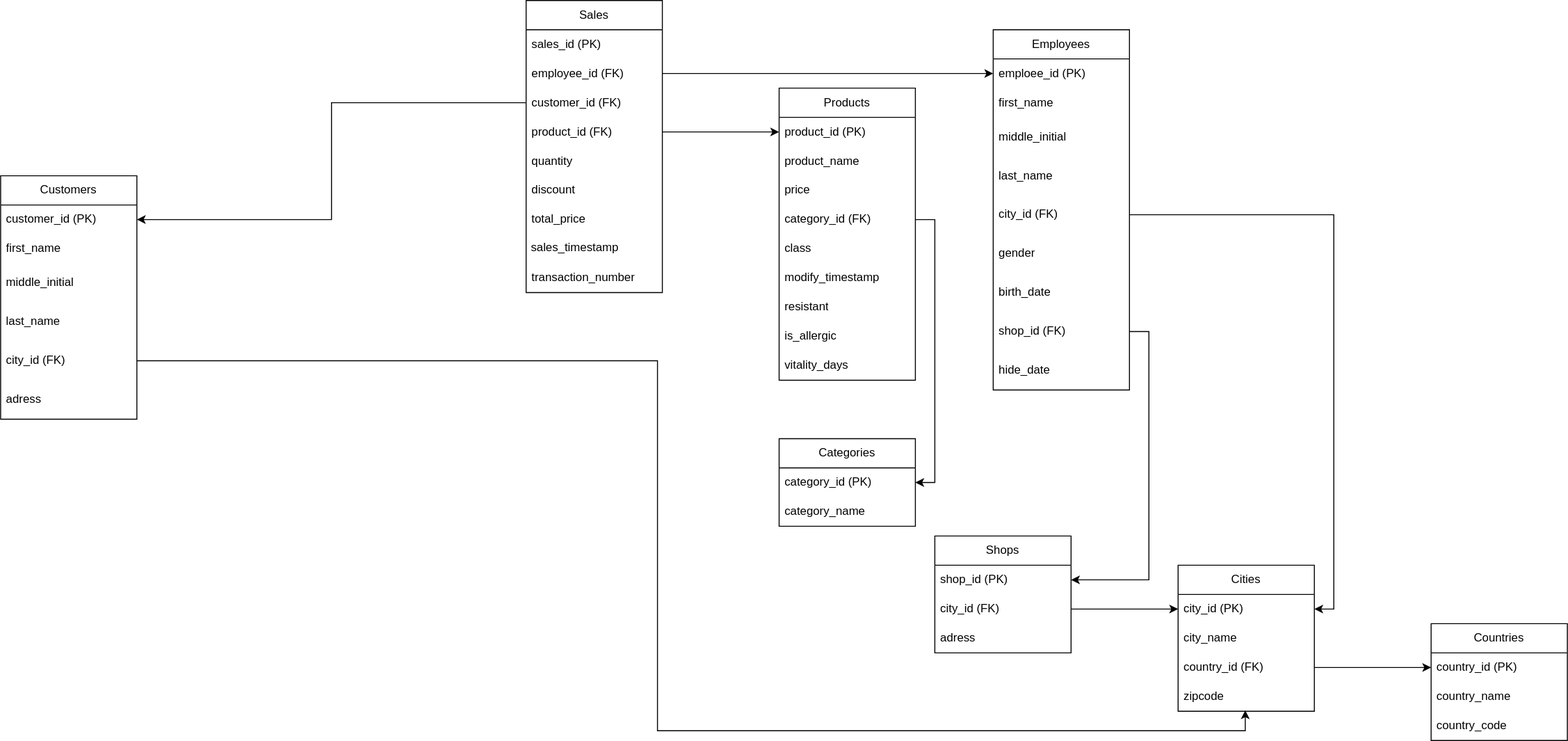
MaximKhurs/innowise-de-lab-june-2026_-Maksim_Khurs keeps this draw.io diagram as module_02_from_event_to_data/lecture_02_databases/homework/ER logic.drawio.svg. Above is the earlier version. Source tidied: cells renumbered, new cells last; positions are measured from the earlier drawing's top-left corner, leaving out a move shared by most shapes.
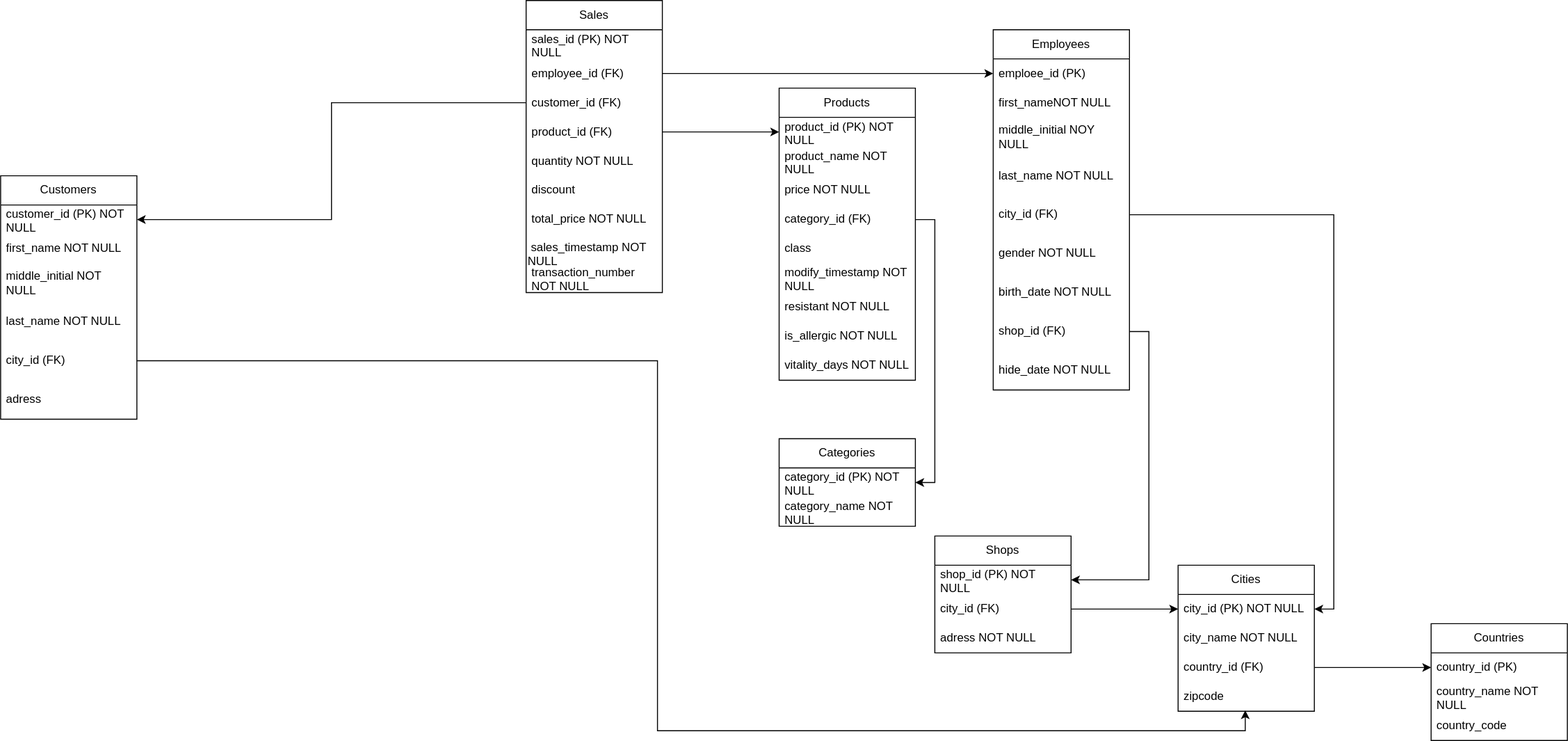
Above is the later version.

Change to the diagram source:
```diff
@@ -7,3 +7,3 @@
     </mxCell>
-    <mxCell id="3" value="shop_id (PK)" style="text;strokeColor=none;fillColor=none;align=left;verticalAlign=middle;spacingLeft=4;spacingRight=4;overflow=hidden;points=[[0,0.5],[1,0.5]];portConstraint=eastwest;whiteSpace=wrap;html=1;" parent="2" vertex="1">
+    <mxCell id="3" value="shop_id (PK) NOT NULL" style="text;strokeColor=none;fillColor=none;align=left;verticalAlign=middle;spacingLeft=4;spacingRight=4;overflow=hidden;points=[[0,0.5],[1,0.5]];portConstraint=eastwest;whiteSpace=wrap;html=1;" parent="2" vertex="1">
       <mxGeometry y="30" width="140" height="30" as="geometry" />
@@ -13,3 +13,3 @@
     </mxCell>
-    <mxCell id="5" value="adress" style="text;strokeColor=none;fillColor=none;align=left;verticalAlign=middle;spacingLeft=4;spacingRight=4;overflow=hidden;whiteSpace=wrap;html=1;" parent="2" vertex="1">
+    <mxCell id="5" value="adress NOT NULL" style="text;strokeColor=none;fillColor=none;align=left;verticalAlign=middle;spacingLeft=4;spacingRight=4;overflow=hidden;whiteSpace=wrap;html=1;" parent="2" vertex="1">
       <mxGeometry y="90" width="140" height="30" as="geometry" />
@@ -19,12 +19,12 @@
     </mxCell>
-    <mxCell id="7" value="customer_id (PK)" style="text;strokeColor=none;fillColor=none;align=left;verticalAlign=middle;spacingLeft=4;spacingRight=4;overflow=hidden;points=[[0,0.5],[1,0.5]];portConstraint=eastwest;whiteSpace=wrap;html=1;" parent="6" vertex="1">
+    <mxCell id="7" value="customer_id (PK) NOT NULL" style="text;strokeColor=none;fillColor=none;align=left;verticalAlign=middle;spacingLeft=4;spacingRight=4;overflow=hidden;points=[[0,0.5],[1,0.5]];portConstraint=eastwest;whiteSpace=wrap;html=1;" parent="6" vertex="1">
       <mxGeometry y="30" width="140" height="30" as="geometry" />
     </mxCell>
-    <mxCell id="8" value="first_name" style="text;strokeColor=none;fillColor=none;align=left;verticalAlign=middle;spacingLeft=4;spacingRight=4;overflow=hidden;whiteSpace=wrap;html=1;" parent="6" vertex="1">
+    <mxCell id="8" value="first_name NOT NULL" style="text;strokeColor=none;fillColor=none;align=left;verticalAlign=middle;spacingLeft=4;spacingRight=4;overflow=hidden;whiteSpace=wrap;html=1;" parent="6" vertex="1">
       <mxGeometry y="60" width="140" height="30" as="geometry" />
     </mxCell>
-    <mxCell id="9" value="middle_initial" style="text;strokeColor=none;fillColor=none;align=left;verticalAlign=middle;spacingLeft=4;spacingRight=4;overflow=hidden;whiteSpace=wrap;html=1;" parent="6" vertex="1">
+    <mxCell id="9" value="middle_initial NOT NULL" style="text;strokeColor=none;fillColor=none;align=left;verticalAlign=middle;spacingLeft=4;spacingRight=4;overflow=hidden;whiteSpace=wrap;html=1;" parent="6" vertex="1">
       <mxGeometry y="90" width="140" height="40" as="geometry" />
     </mxCell>
-    <mxCell id="10" value="last_name" style="text;strokeColor=none;fillColor=none;align=left;verticalAlign=middle;spacingLeft=4;spacingRight=4;overflow=hidden;whiteSpace=wrap;html=1;" parent="6" vertex="1">
+    <mxCell id="10" value="last_name NOT NULL" style="text;strokeColor=none;fillColor=none;align=left;verticalAlign=middle;spacingLeft=4;spacingRight=4;overflow=hidden;whiteSpace=wrap;html=1;" parent="6" vertex="1">
       <mxGeometry y="130" width="140" height="40" as="geometry" />
@@ -40,6 +40,6 @@
     </mxCell>
-    <mxCell id="14" value="city_id (PK)" style="text;strokeColor=none;fillColor=none;align=left;verticalAlign=middle;spacingLeft=4;spacingRight=4;overflow=hidden;points=[[0,0.5],[1,0.5]];portConstraint=eastwest;whiteSpace=wrap;html=1;" parent="13" vertex="1">
+    <mxCell id="14" value="city_id (PK) NOT NULL" style="text;strokeColor=none;fillColor=none;align=left;verticalAlign=middle;spacingLeft=4;spacingRight=4;overflow=hidden;points=[[0,0.5],[1,0.5]];portConstraint=eastwest;whiteSpace=wrap;html=1;" parent="13" vertex="1">
       <mxGeometry y="30" width="140" height="30" as="geometry" />
     </mxCell>
-    <mxCell id="15" value="city_name" style="text;strokeColor=none;fillColor=none;align=left;verticalAlign=middle;spacingLeft=4;spacingRight=4;overflow=hidden;whiteSpace=wrap;html=1;" parent="13" vertex="1">
+    <mxCell id="15" value="city_name NOT NULL" style="text;strokeColor=none;fillColor=none;align=left;verticalAlign=middle;spacingLeft=4;spacingRight=4;overflow=hidden;whiteSpace=wrap;html=1;" parent="13" vertex="1">
       <mxGeometry y="60" width="140" height="30" as="geometry" />
@@ -58,3 +58,3 @@
     </mxCell>
-    <mxCell id="20" value="country_name" style="text;strokeColor=none;fillColor=none;align=left;verticalAlign=middle;spacingLeft=4;spacingRight=4;overflow=hidden;whiteSpace=wrap;html=1;" parent="18" vertex="1">
+    <mxCell id="20" value="country_name NOT NULL" style="text;strokeColor=none;fillColor=none;align=left;verticalAlign=middle;spacingLeft=4;spacingRight=4;overflow=hidden;whiteSpace=wrap;html=1;" parent="18" vertex="1">
       <mxGeometry y="60" width="140" height="30" as="geometry" />
@@ -67,3 +67,3 @@
     </mxCell>
-    <mxCell id="23" value="sales_id (PK)" style="text;strokeColor=none;fillColor=none;align=left;verticalAlign=middle;spacingLeft=4;spacingRight=4;overflow=hidden;whiteSpace=wrap;html=1;" parent="22" vertex="1">
+    <mxCell id="23" value="sales_id (PK) NOT NULL" style="text;strokeColor=none;fillColor=none;align=left;verticalAlign=middle;spacingLeft=4;spacingRight=4;overflow=hidden;whiteSpace=wrap;html=1;" parent="22" vertex="1">
       <mxGeometry y="30" width="140" height="30" as="geometry" />
@@ -79,3 +79,3 @@
     </mxCell>
-    <mxCell id="27" value="quantity" style="text;strokeColor=none;fillColor=none;align=left;verticalAlign=middle;spacingLeft=4;spacingRight=4;overflow=hidden;whiteSpace=wrap;html=1;" parent="22" vertex="1">
+    <mxCell id="27" value="quantity NOT NULL" style="text;strokeColor=none;fillColor=none;align=left;verticalAlign=middle;spacingLeft=4;spacingRight=4;overflow=hidden;whiteSpace=wrap;html=1;" parent="22" vertex="1">
       <mxGeometry y="150" width="140" height="30" as="geometry" />
@@ -85,9 +85,9 @@
     </mxCell>
-    <mxCell id="29" value="total_price" style="text;strokeColor=none;fillColor=none;align=left;verticalAlign=middle;spacingLeft=4;spacingRight=4;overflow=hidden;whiteSpace=wrap;html=1;" parent="22" vertex="1">
+    <mxCell id="29" value="total_price NOT NULL" style="text;strokeColor=none;fillColor=none;align=left;verticalAlign=middle;spacingLeft=4;spacingRight=4;overflow=hidden;whiteSpace=wrap;html=1;" parent="22" vertex="1">
       <mxGeometry y="210" width="140" height="30" as="geometry" />
     </mxCell>
-    <mxCell id="30" value=" sales_timestamp" style="text;whiteSpace=wrap;" parent="22" vertex="1">
+    <mxCell id="30" value=" sales_timestamp NOT NULL" style="text;whiteSpace=wrap;" parent="22" vertex="1">
       <mxGeometry y="240" width="140" height="30" as="geometry" />
     </mxCell>
-    <mxCell id="31" value="transaction_number" style="text;strokeColor=none;fillColor=none;align=left;verticalAlign=middle;spacingLeft=4;spacingRight=4;overflow=hidden;whiteSpace=wrap;html=1;" parent="22" vertex="1">
+    <mxCell id="31" value="transaction_number NOT NULL" style="text;strokeColor=none;fillColor=none;align=left;verticalAlign=middle;spacingLeft=4;spacingRight=4;overflow=hidden;whiteSpace=wrap;html=1;" parent="22" vertex="1">
       <mxGeometry y="270" width="140" height="30" as="geometry" />
@@ -97,9 +97,9 @@
     </mxCell>
-    <mxCell id="33" value="product_id (PK)" style="text;strokeColor=none;fillColor=none;align=left;verticalAlign=middle;spacingLeft=4;spacingRight=4;overflow=hidden;points=[[0,0.5],[1,0.5]];portConstraint=eastwest;whiteSpace=wrap;html=1;" parent="32" vertex="1">
+    <mxCell id="33" value="product_id (PK) NOT NULL" style="text;strokeColor=none;fillColor=none;align=left;verticalAlign=middle;spacingLeft=4;spacingRight=4;overflow=hidden;points=[[0,0.5],[1,0.5]];portConstraint=eastwest;whiteSpace=wrap;html=1;" parent="32" vertex="1">
       <mxGeometry y="30" width="140" height="30" as="geometry" />
     </mxCell>
-    <mxCell id="34" value="product_name" style="text;strokeColor=none;fillColor=none;align=left;verticalAlign=middle;spacingLeft=4;spacingRight=4;overflow=hidden;whiteSpace=wrap;html=1;" parent="32" vertex="1">
+    <mxCell id="34" value="product_name NOT NULL" style="text;strokeColor=none;fillColor=none;align=left;verticalAlign=middle;spacingLeft=4;spacingRight=4;overflow=hidden;whiteSpace=wrap;html=1;" parent="32" vertex="1">
       <mxGeometry y="60" width="140" height="30" as="geometry" />
     </mxCell>
-    <mxCell id="35" value="price" style="text;strokeColor=none;fillColor=none;align=left;verticalAlign=middle;spacingLeft=4;spacingRight=4;overflow=hidden;whiteSpace=wrap;html=1;" parent="32" vertex="1">
+    <mxCell id="35" value="price NOT NULL" style="text;strokeColor=none;fillColor=none;align=left;verticalAlign=middle;spacingLeft=4;spacingRight=4;overflow=hidden;whiteSpace=wrap;html=1;" parent="32" vertex="1">
       <mxGeometry y="90" width="140" height="30" as="geometry" />
@@ -112,12 +112,12 @@
     </mxCell>
-    <mxCell id="38" value="modify_timestamp" style="text;strokeColor=none;fillColor=none;align=left;verticalAlign=middle;spacingLeft=4;spacingRight=4;overflow=hidden;whiteSpace=wrap;html=1;" parent="32" vertex="1">
+    <mxCell id="38" value="modify_timestamp NOT NULL" style="text;strokeColor=none;fillColor=none;align=left;verticalAlign=middle;spacingLeft=4;spacingRight=4;overflow=hidden;whiteSpace=wrap;html=1;" parent="32" vertex="1">
       <mxGeometry y="180" width="140" height="30" as="geometry" />
     </mxCell>
-    <mxCell id="39" value="resistant" style="text;strokeColor=none;fillColor=none;align=left;verticalAlign=middle;spacingLeft=4;spacingRight=4;overflow=hidden;whiteSpace=wrap;html=1;" parent="32" vertex="1">
+    <mxCell id="39" value="resistant NOT NULL" style="text;strokeColor=none;fillColor=none;align=left;verticalAlign=middle;spacingLeft=4;spacingRight=4;overflow=hidden;whiteSpace=wrap;html=1;" parent="32" vertex="1">
       <mxGeometry y="210" width="140" height="30" as="geometry" />
     </mxCell>
-    <mxCell id="40" value="is_allergic" style="text;strokeColor=none;fillColor=none;align=left;verticalAlign=middle;spacingLeft=4;spacingRight=4;overflow=hidden;whiteSpace=wrap;html=1;" parent="32" vertex="1">
+    <mxCell id="40" value="is_allergic NOT NULL" style="text;strokeColor=none;fillColor=none;align=left;verticalAlign=middle;spacingLeft=4;spacingRight=4;overflow=hidden;whiteSpace=wrap;html=1;" parent="32" vertex="1">
       <mxGeometry y="240" width="140" height="30" as="geometry" />
     </mxCell>
-    <mxCell id="41" value="vitality_days" style="text;strokeColor=none;fillColor=none;align=left;verticalAlign=middle;spacingLeft=4;spacingRight=4;overflow=hidden;whiteSpace=wrap;html=1;" parent="32" vertex="1">
+    <mxCell id="41" value="vitality_days NOT NULL" style="text;strokeColor=none;fillColor=none;align=left;verticalAlign=middle;spacingLeft=4;spacingRight=4;overflow=hidden;whiteSpace=wrap;html=1;" parent="32" vertex="1">
       <mxGeometry y="270" width="140" height="30" as="geometry" />
@@ -130,9 +130,9 @@
     </mxCell>
-    <mxCell id="44" value="first_name" style="text;strokeColor=none;fillColor=none;align=left;verticalAlign=middle;spacingLeft=4;spacingRight=4;overflow=hidden;whiteSpace=wrap;html=1;" parent="42" vertex="1">
+    <mxCell id="44" value="first_nameNOT NULL" style="text;strokeColor=none;fillColor=none;align=left;verticalAlign=middle;spacingLeft=4;spacingRight=4;overflow=hidden;whiteSpace=wrap;html=1;" parent="42" vertex="1">
       <mxGeometry y="60" width="140" height="30" as="geometry" />
     </mxCell>
-    <mxCell id="45" value="middle_initial" style="text;strokeColor=none;fillColor=none;align=left;verticalAlign=middle;spacingLeft=4;spacingRight=4;overflow=hidden;whiteSpace=wrap;html=1;" parent="42" vertex="1">
+    <mxCell id="45" value="middle_initial NOY NULL" style="text;strokeColor=none;fillColor=none;align=left;verticalAlign=middle;spacingLeft=4;spacingRight=4;overflow=hidden;whiteSpace=wrap;html=1;" parent="42" vertex="1">
       <mxGeometry y="90" width="140" height="40" as="geometry" />
     </mxCell>
-    <mxCell id="46" value="last_name" style="text;strokeColor=none;fillColor=none;align=left;verticalAlign=middle;spacingLeft=4;spacingRight=4;overflow=hidden;whiteSpace=wrap;html=1;" parent="42" vertex="1">
+    <mxCell id="46" value="last_name NOT NULL" style="text;strokeColor=none;fillColor=none;align=left;verticalAlign=middle;spacingLeft=4;spacingRight=4;overflow=hidden;whiteSpace=wrap;html=1;" parent="42" vertex="1">
       <mxGeometry y="130" width="140" height="40" as="geometry" />
@@ -142,6 +142,6 @@
     </mxCell>
-    <mxCell id="48" value="gender" style="text;strokeColor=none;fillColor=none;align=left;verticalAlign=middle;spacingLeft=4;spacingRight=4;overflow=hidden;whiteSpace=wrap;html=1;" parent="42" vertex="1">
+    <mxCell id="48" value="gender NOT NULL" style="text;strokeColor=none;fillColor=none;align=left;verticalAlign=middle;spacingLeft=4;spacingRight=4;overflow=hidden;whiteSpace=wrap;html=1;" parent="42" vertex="1">
       <mxGeometry y="210" width="140" height="40" as="geometry" />
     </mxCell>
-    <mxCell id="49" value="birth_date" style="text;strokeColor=none;fillColor=none;align=left;verticalAlign=middle;spacingLeft=4;spacingRight=4;overflow=hidden;whiteSpace=wrap;html=1;" parent="42" vertex="1">
+    <mxCell id="49" value="birth_date NOT NULL" style="text;strokeColor=none;fillColor=none;align=left;verticalAlign=middle;spacingLeft=4;spacingRight=4;overflow=hidden;whiteSpace=wrap;html=1;" parent="42" vertex="1">
       <mxGeometry y="250" width="140" height="40" as="geometry" />
@@ -151,3 +151,3 @@
     </mxCell>
-    <mxCell id="51" value="hide_date" style="text;strokeColor=none;fillColor=none;align=left;verticalAlign=middle;spacingLeft=4;spacingRight=4;overflow=hidden;whiteSpace=wrap;html=1;" parent="42" vertex="1">
+    <mxCell id="51" value="hide_date NOT NULL" style="text;strokeColor=none;fillColor=none;align=left;verticalAlign=middle;spacingLeft=4;spacingRight=4;overflow=hidden;whiteSpace=wrap;html=1;" parent="42" vertex="1">
       <mxGeometry y="330" width="140" height="40" as="geometry" />
@@ -166,6 +166,6 @@
     </mxCell>
-    <mxCell id="56" value="category_id (PK)" style="text;strokeColor=none;fillColor=none;align=left;verticalAlign=middle;spacingLeft=4;spacingRight=4;overflow=hidden;points=[[0,0.5],[1,0.5]];portConstraint=eastwest;whiteSpace=wrap;html=1;" parent="55" vertex="1">
+    <mxCell id="56" value="category_id (PK) NOT NULL" style="text;strokeColor=none;fillColor=none;align=left;verticalAlign=middle;spacingLeft=4;spacingRight=4;overflow=hidden;points=[[0,0.5],[1,0.5]];portConstraint=eastwest;whiteSpace=wrap;html=1;" parent="55" vertex="1">
       <mxGeometry y="30" width="140" height="30" as="geometry" />
     </mxCell>
-    <mxCell id="57" value="category_name" style="text;strokeColor=none;fillColor=none;align=left;verticalAlign=middle;spacingLeft=4;spacingRight=4;overflow=hidden;whiteSpace=wrap;html=1;" parent="55" vertex="1">
+    <mxCell id="57" value="category_name NOT NULL" style="text;strokeColor=none;fillColor=none;align=left;verticalAlign=middle;spacingLeft=4;spacingRight=4;overflow=hidden;whiteSpace=wrap;html=1;" parent="55" vertex="1">
       <mxGeometry y="60" width="140" height="30" as="geometry" />
```
